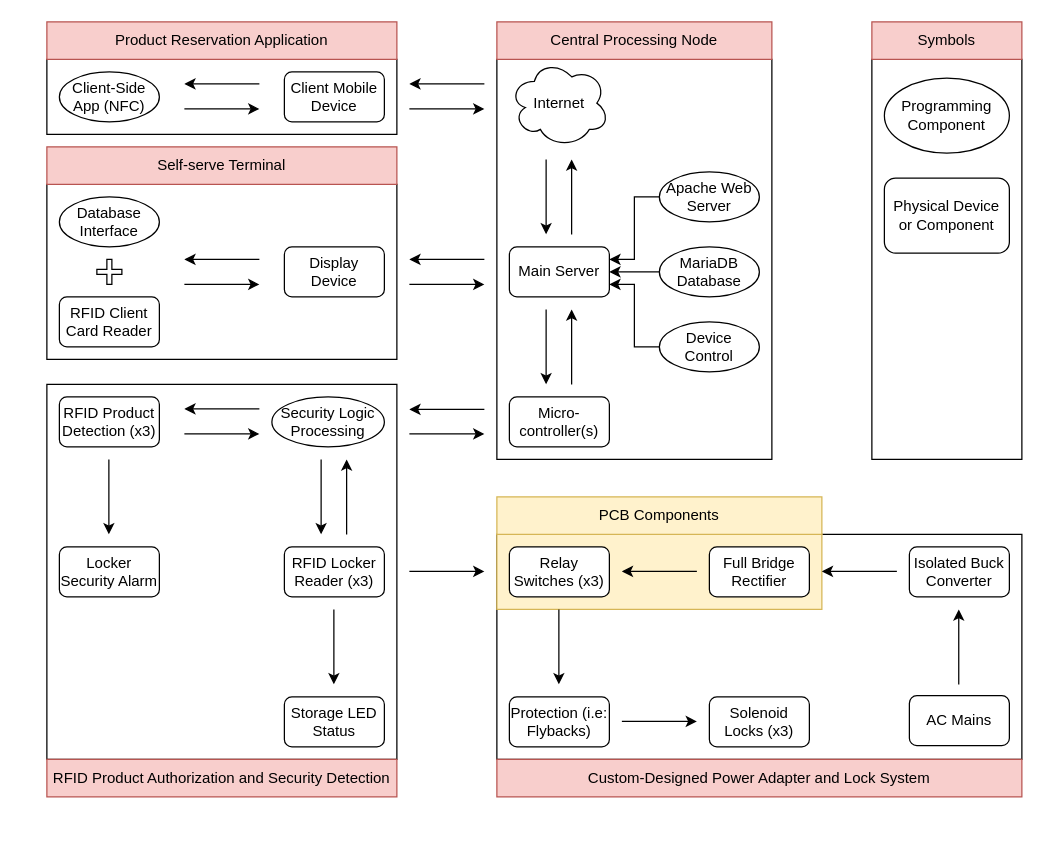
Above: Diagramme sans nom.drawio in vchuuba/realeGugoal (draw.io), before the change. Source tidied: cells renumbered, new cells numbered last; positions are measured from the earlier drawing's top-left corner, leaving out a move shared by most shapes. Both pictures are drawn from the tidied source at 125%, with x=0, y=0 at pixel (46, 21).
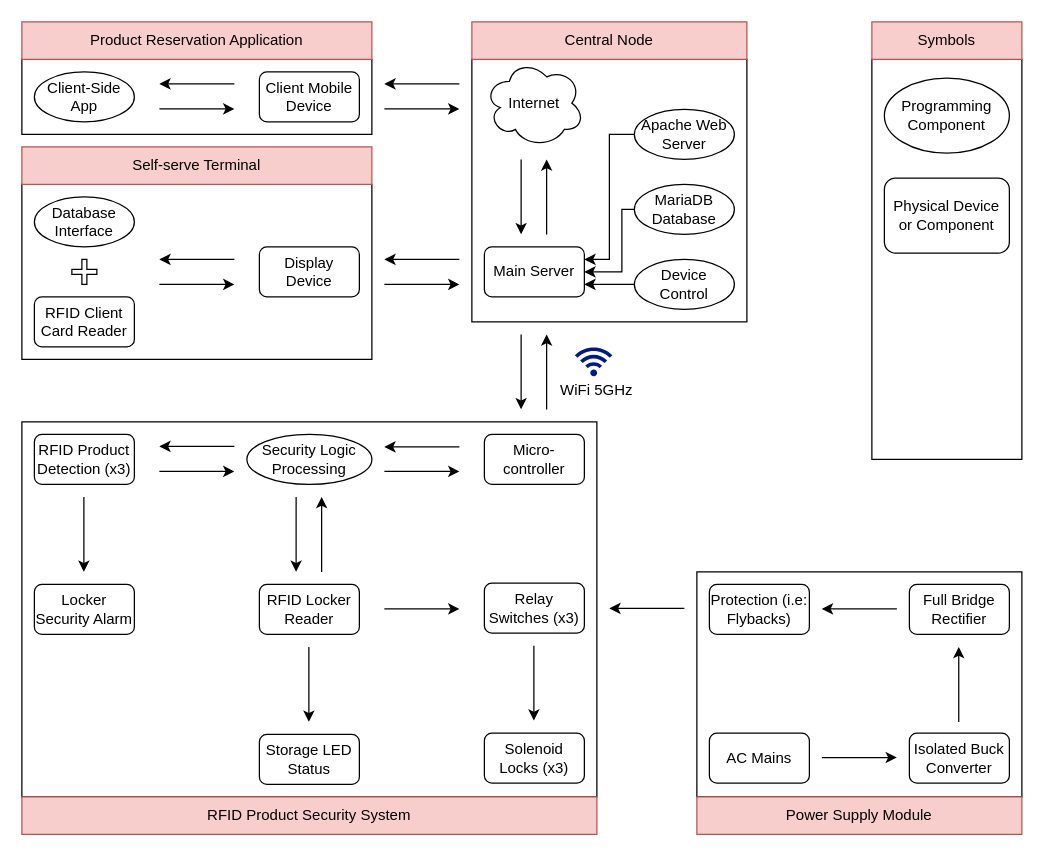
After the change.

Commit message (it also covers changes not shown here):
Mettre à jour Diagramme sans nom.drawio

What changed in the source:
```diff
@@
     <mxCell id="3" style="rounded=0;whiteSpace=wrap;html=1;" parent="1" vertex="1">
-      <mxGeometry x="360" y="410" width="420" height="180" as="geometry" />
+      <mxGeometry x="520" y="440" width="260" height="180" as="geometry" />
     </mxCell>
-    <mxCell id="4" style="rounded=0;whiteSpace=wrap;html=1;fillColor=#fff2cc;strokeColor=#d6b656;" parent="1" vertex="1">
-      <mxGeometry x="360" y="410" width="260" height="60" as="geometry" />
-    </mxCell>
     <mxCell id="5" style="rounded=0;whiteSpace=wrap;html=1;" parent="1" vertex="1">
-      <mxGeometry x="360" y="30" width="220" height="320" as="geometry" />
+      <mxGeometry x="340" y="30" width="220" height="210" as="geometry" />
     </mxCell>
     <mxCell id="6" style="rounded=0;whiteSpace=wrap;html=1;" parent="1" vertex="1">
-      <mxGeometry y="290" width="280" height="300" as="geometry" />
+      <mxGeometry x="-20" y="320" width="460" height="300" as="geometry" />
     </mxCell>
     <mxCell id="7" style="rounded=0;whiteSpace=wrap;html=1;" parent="1" vertex="1">
-      <mxGeometry y="130" width="280" height="140" as="geometry" />
+      <mxGeometry x="-20" y="130" width="280" height="140" as="geometry" />
     </mxCell>
     <mxCell id="8" style="rounded=0;whiteSpace=wrap;html=1;" parent="1" vertex="1">
-      <mxGeometry y="30" width="280" height="60" as="geometry" />
+      <mxGeometry x="-20" y="30" width="280" height="60" as="geometry" />
     </mxCell>
     <mxCell id="9" value="Client Mobile Device" style="rounded=1;whiteSpace=wrap;html=1;" parent="1" vertex="1">
-      <mxGeometry x="190" y="40" width="80" height="40" as="geometry" />
+      <mxGeometry x="170" y="40" width="80" height="40" as="geometry" />
     </mxCell>
     <mxCell id="10" value="Internet" style="ellipse;shape=cloud;whiteSpace=wrap;html=1;" parent="1" vertex="1">
-      <mxGeometry x="370" y="30" width="80" height="70" as="geometry" />
+      <mxGeometry x="350" y="30" width="80" height="70" as="geometry" />
     </mxCell>
     <mxCell id="11" value="Main Server" style="rounded=1;whiteSpace=wrap;html=1;" parent="1" vertex="1">
-      <mxGeometry x="370" y="180" width="80" height="40" as="geometry" />
+      <mxGeometry x="350" y="180" width="80" height="40" as="geometry" />
     </mxCell>
     <mxCell id="12" value="Display Device" style="rounded=1;whiteSpace=wrap;html=1;" parent="1" vertex="1">
-      <mxGeometry x="190" y="180" width="80" height="40" as="geometry" />
+      <mxGeometry x="170" y="180" width="80" height="40" as="geometry" />
     </mxCell>
-    <mxCell id="13" value="&lt;div&gt;Client-Side&lt;/div&gt;&lt;div&gt;App (NFC)&lt;/div&gt;" style="ellipse;whiteSpace=wrap;html=1;" parent="1" vertex="1">
-      <mxGeometry x="10" y="40" width="80" height="40" as="geometry" />
+    <mxCell id="13" value="&lt;div&gt;Client-Side&lt;/div&gt;&lt;div&gt;App&lt;/div&gt;" style="ellipse;whiteSpace=wrap;html=1;" parent="1" vertex="1">
+      <mxGeometry x="-10" y="40" width="80" height="40" as="geometry" />
     </mxCell>
     <mxCell id="14" value="Database Interface" style="ellipse;whiteSpace=wrap;html=1;" parent="1" vertex="1">
-      <mxGeometry x="10" y="140" width="80" height="40" as="geometry" />
+      <mxGeometry x="-10" y="140" width="80" height="40" as="geometry" />
     </mxCell>
-    <mxCell id="15" value="Micro-controller(s)" style="rounded=1;whiteSpace=wrap;html=1;" parent="1" vertex="1">
-      <mxGeometry x="370" y="300" width="80" height="40" as="geometry" />
+    <mxCell id="15" value="Micro-controller" style="rounded=1;whiteSpace=wrap;html=1;" parent="1" vertex="1">
+      <mxGeometry x="350" y="330" width="80" height="40" as="geometry" />
     </mxCell>
     <mxCell id="16" value="Security Logic Processing" style="ellipse;whiteSpace=wrap;html=1;" parent="1" vertex="1">
-      <mxGeometry x="180" y="300" width="90" height="40" as="geometry" />
+      <mxGeometry x="160" y="330" width="100" height="40" as="geometry" />
     </mxCell>
-    <mxCell id="17" value="RFID Locker Reader (x3)" style="rounded=1;whiteSpace=wrap;html=1;" parent="1" vertex="1">
-      <mxGeometry x="190" y="420" width="80" height="40" as="geometry" />
+    <mxCell id="17" value="RFID Locker Reader" style="rounded=1;whiteSpace=wrap;html=1;" parent="1" vertex="1">
+      <mxGeometry x="170" y="450" width="80" height="40" as="geometry" />
     </mxCell>
     <mxCell id="18" value="RFID Client Card Reader" style="rounded=1;whiteSpace=wrap;html=1;" parent="1" vertex="1">
-      <mxGeometry x="10" y="220" width="80" height="40" as="geometry" />
+      <mxGeometry x="-10" y="220" width="80" height="40" as="geometry" />
     </mxCell>
     <mxCell id="19" style="shape=cross;whiteSpace=wrap;html=1;" parent="1" vertex="1">
-      <mxGeometry x="40" y="190" width="20" height="20" as="geometry" />
+      <mxGeometry x="20" y="190" width="20" height="20" as="geometry" />
     </mxCell>
     <mxCell id="20" style="edgeStyle=orthogonalEdgeStyle;rounded=0;jettySize=auto;html=1;exitX=0;exitY=0.5;exitDx=0;exitDy=0;entryX=1;entryY=0.5;entryDx=0;entryDy=0;" parent="1" edge="1" source="21" target="11">
-      <mxGeometry relative="1" as="geometry" />
+      <mxGeometry relative="1" as="geometry">
+        <Array as="points">
+          <mxPoint x="460" y="150" />
+          <mxPoint x="460" y="200" />
+        </Array>
+      </mxGeometry>
     </mxCell>
     <mxCell id="21" value="MariaDB Database" style="ellipse;whiteSpace=wrap;html=1;" parent="1" vertex="1">
-      <mxGeometry x="490" y="180" width="80" height="40" as="geometry" />
+      <mxGeometry x="470" y="130" width="80" height="40" as="geometry" />
     </mxCell>
@@
     <mxCell id="23" value="Device Control" style="ellipse;whiteSpace=wrap;html=1;" parent="1" vertex="1">
-      <mxGeometry x="490" y="240" width="80" height="40" as="geometry" />
+      <mxGeometry x="470" y="190" width="80" height="40" as="geometry" />
     </mxCell>
@@
     <mxCell id="25" value="Apache Web Server" style="ellipse;whiteSpace=wrap;html=1;" parent="1" vertex="1">
-      <mxGeometry x="490" y="120" width="80" height="40" as="geometry" />
+      <mxGeometry x="470" y="70" width="80" height="40" as="geometry" />
     </mxCell>
     <mxCell id="26" value="RFID Product Detection (x3)" style="rounded=1;whiteSpace=wrap;html=1;" parent="1" vertex="1">
-      <mxGeometry x="10" y="300" width="80" height="40" as="geometry" />
+      <mxGeometry x="-10" y="330" width="80" height="40" as="geometry" />
     </mxCell>
     <mxCell id="27" value="Locker Security Alarm" style="rounded=1;whiteSpace=wrap;html=1;" parent="1" vertex="1">
-      <mxGeometry x="10" y="420" width="80" height="40" as="geometry" />
+      <mxGeometry x="-10" y="450" width="80" height="40" as="geometry" />
     </mxCell>
     <mxCell id="28" style="endArrow=classic;html=1;rounded=0;" parent="1" edge="1">
       <mxGeometry relative="1" as="geometry">
-        <mxPoint x="49.6" y="350" as="sourcePoint" />
-        <mxPoint x="49.6" y="410" as="targetPoint" />
+        <mxPoint x="29.6" y="380" as="sourcePoint" />
+        <mxPoint x="29.6" y="440" as="targetPoint" />
       </mxGeometry>
     </mxCell>
     <mxCell id="29" style="endArrow=classic;html=1;rounded=0;" parent="1" edge="1">
       <mxGeometry relative="1" as="geometry">
-        <mxPoint x="290" y="439.6" as="sourcePoint" />
-        <mxPoint x="350" y="439.6" as="targetPoint" />
+        <mxPoint x="270" y="469.6" as="sourcePoint" />
+        <mxPoint x="330" y="469.6" as="targetPoint" />
       </mxGeometry>
     </mxCell>
     <mxCell id="30" style="endArrow=classic;html=1;rounded=0;" parent="1" edge="1">
       <mxGeometry relative="1" as="geometry">
-        <mxPoint x="399.4" y="110" as="sourcePoint" />
-        <mxPoint x="399.4" y="170" as="targetPoint" />
+        <mxPoint x="379.4" y="110" as="sourcePoint" />
+        <mxPoint x="379.4" y="170" as="targetPoint" />
       </mxGeometry>
     </mxCell>
     <mxCell id="31" style="endArrow=classic;html=1;rounded=0;" parent="1" edge="1">
       <mxGeometry relative="1" as="geometry">
-        <mxPoint x="419.8" y="170" as="sourcePoint" />
-        <mxPoint x="419.8" y="110" as="targetPoint" />
+        <mxPoint x="399.8" y="170" as="sourcePoint" />
+        <mxPoint x="399.8" y="110" as="targetPoint" />
       </mxGeometry>
     </mxCell>
     <mxCell id="32" style="endArrow=classic;html=1;rounded=0;" parent="1" edge="1">
       <mxGeometry relative="1" as="geometry">
-        <mxPoint x="170" y="309.6" as="sourcePoint" />
-        <mxPoint x="110" y="309.6" as="targetPoint" />
+        <mxPoint x="150" y="339.6" as="sourcePoint" />
+        <mxPoint x="90" y="339.6" as="targetPoint" />
       </mxGeometry>
     </mxCell>
     <mxCell id="33" style="endArrow=classic;html=1;rounded=0;" parent="1" edge="1">
       <mxGeometry relative="1" as="geometry">
-        <mxPoint x="110" y="329.6" as="sourcePoint" />
-        <mxPoint x="170" y="329.6" as="targetPoint" />
+        <mxPoint x="90" y="359.6" as="sourcePoint" />
+        <mxPoint x="150" y="359.6" as="targetPoint" />
       </mxGeometry>
     </mxCell>
     <mxCell id="34" style="endArrow=classic;html=1;rounded=0;" parent="1" edge="1">
       <mxGeometry relative="1" as="geometry">
-        <mxPoint x="219.4" y="350" as="sourcePoint" />
-        <mxPoint x="219.4" y="410" as="targetPoint" />
+        <mxPoint x="199.4" y="380" as="sourcePoint" />
+        <mxPoint x="199.4" y="440" as="targetPoint" />
       </mxGeometry>
     </mxCell>
     <mxCell id="35" style="endArrow=classic;html=1;rounded=0;" parent="1" edge="1">
       <mxGeometry relative="1" as="geometry">
-        <mxPoint x="239.8" y="410" as="sourcePoint" />
-        <mxPoint x="239.8" y="350" as="targetPoint" />
+        <mxPoint x="219.8" y="440" as="sourcePoint" />
+        <mxPoint x="219.8" y="380" as="targetPoint" />
       </mxGeometry>
     </mxCell>
     <mxCell id="36" style="endArrow=classic;html=1;rounded=0;" parent="1" edge="1">
       <mxGeometry relative="1" as="geometry">
-        <mxPoint x="399.4" y="230" as="sourcePoint" />
-        <mxPoint x="399.4" y="290" as="targetPoint" />
+        <mxPoint x="379.4" y="250" as="sourcePoint" />
+        <mxPoint x="379.4" y="310" as="targetPoint" />
       </mxGeometry>
     </mxCell>
     <mxCell id="37" style="endArrow=classic;html=1;rounded=0;" parent="1" edge="1">
       <mxGeometry relative="1" as="geometry">
-        <mxPoint x="419.8" y="290" as="sourcePoint" />
-        <mxPoint x="419.8" y="230" as="targetPoint" />
+        <mxPoint x="399.8" y="310" as="sourcePoint" />
+        <mxPoint x="399.8" y="250" as="targetPoint" />
       </mxGeometry>
     </mxCell>
     <mxCell id="38" style="endArrow=classic;html=1;rounded=0;" parent="1" edge="1">
       <mxGeometry relative="1" as="geometry">
-        <mxPoint x="350" y="190" as="sourcePoint" />
-        <mxPoint x="290" y="190" as="targetPoint" />
+        <mxPoint x="330" y="190" as="sourcePoint" />
+        <mxPoint x="270" y="190" as="targetPoint" />
       </mxGeometry>
     </mxCell>
     <mxCell id="39" style="endArrow=classic;html=1;rounded=0;" parent="1" edge="1">
       <mxGeometry relative="1" as="geometry">
-        <mxPoint x="290" y="210" as="sourcePoint" />
-        <mxPoint x="350" y="210" as="targetPoint" />
+        <mxPoint x="270" y="210" as="sourcePoint" />
+        <mxPoint x="330" y="210" as="targetPoint" />
       </mxGeometry>
     </mxCell>
     <mxCell id="40" style="endArrow=classic;html=1;rounded=0;" parent="1" edge="1">
       <mxGeometry relative="1" as="geometry">
-        <mxPoint x="170" y="190" as="sourcePoint" />
-        <mxPoint x="110" y="190" as="targetPoint" />
+        <mxPoint x="150" y="190" as="sourcePoint" />
+        <mxPoint x="90" y="190" as="targetPoint" />
       </mxGeometry>
     </mxCell>
     <mxCell id="41" style="endArrow=classic;html=1;rounded=0;" parent="1" edge="1">
       <mxGeometry relative="1" as="geometry">
-        <mxPoint x="110" y="210" as="sourcePoint" />
-        <mxPoint x="170" y="210" as="targetPoint" />
+        <mxPoint x="90" y="210" as="sourcePoint" />
+        <mxPoint x="150" y="210" as="targetPoint" />
       </mxGeometry>
     </mxCell>
     <mxCell id="42" style="endArrow=classic;html=1;rounded=0;" parent="1" edge="1">
       <mxGeometry relative="1" as="geometry">
-        <mxPoint x="290" y="329.6" as="sourcePoint" />
-        <mxPoint x="350" y="329.6" as="targetPoint" />
+        <mxPoint x="270" y="359.6" as="sourcePoint" />
+        <mxPoint x="330" y="359.6" as="targetPoint" />
       </mxGeometry>
     </mxCell>
     <mxCell id="43" style="endArrow=classic;html=1;rounded=0;" parent="1" edge="1">
       <mxGeometry relative="1" as="geometry">
-        <mxPoint x="170" y="49.6" as="sourcePoint" />
-        <mxPoint x="110" y="49.6" as="targetPoint" />
+        <mxPoint x="150" y="49.6" as="sourcePoint" />
+        <mxPoint x="90" y="49.6" as="targetPoint" />
       </mxGeometry>
     </mxCell>
     <mxCell id="44" style="endArrow=classic;html=1;rounded=0;" parent="1" edge="1">
       <mxGeometry relative="1" as="geometry">
-        <mxPoint x="110" y="69.6" as="sourcePoint" />
-        <mxPoint x="170" y="69.6" as="targetPoint" />
+        <mxPoint x="90" y="69.6" as="sourcePoint" />
+        <mxPoint x="150" y="69.6" as="targetPoint" />
       </mxGeometry>
     </mxCell>
     <mxCell id="45" style="endArrow=classic;html=1;rounded=0;" parent="1" edge="1">
       <mxGeometry relative="1" as="geometry">
-        <mxPoint x="350" y="49.6" as="sourcePoint" />
-        <mxPoint x="290" y="49.6" as="targetPoint" />
+        <mxPoint x="330" y="49.6" as="sourcePoint" />
+        <mxPoint x="270" y="49.6" as="targetPoint" />
       </mxGeometry>
     </mxCell>
     <mxCell id="46" style="endArrow=classic;html=1;rounded=0;" parent="1" edge="1">
       <mxGeometry relative="1" as="geometry">
-        <mxPoint x="290" y="69.6" as="sourcePoint" />
-        <mxPoint x="350" y="69.6" as="targetPoint" />
+        <mxPoint x="270" y="69.6" as="sourcePoint" />
+        <mxPoint x="330" y="69.6" as="targetPoint" />
       </mxGeometry>
     </mxCell>
     <mxCell id="47" value="Relay Switches (x3)" style="rounded=1;whiteSpace=wrap;html=1;" parent="1" vertex="1">
-      <mxGeometry x="370" y="420" width="80" height="40" as="geometry" />
+      <mxGeometry x="350" y="449" width="80" height="40" as="geometry" />
     </mxCell>
     <mxCell id="48" value="&lt;div&gt;Solenoid Locks (x3)&lt;/div&gt;" style="rounded=1;whiteSpace=wrap;html=1;" parent="1" vertex="1">
-      <mxGeometry x="530" y="540" width="80" height="40" as="geometry" />
+      <mxGeometry x="350" y="569" width="80" height="40" as="geometry" />
     </mxCell>
     <mxCell id="49" value="Storage LED Status" style="rounded=1;whiteSpace=wrap;html=1;" parent="1" vertex="1">
-      <mxGeometry x="190" y="540" width="80" height="40" as="geometry" />
+      <mxGeometry x="170" y="570" width="80" height="40" as="geometry" />
     </mxCell>
     <mxCell id="50" style="endArrow=classic;html=1;rounded=0;" parent="1" edge="1">
       <mxGeometry relative="1" as="geometry">
-        <mxPoint x="229.6" y="470" as="sourcePoint" />
-        <mxPoint x="229.6" y="530" as="targetPoint" />
+        <mxPoint x="209.6" y="500" as="sourcePoint" />
+        <mxPoint x="209.6" y="560" as="targetPoint" />
       </mxGeometry>
     </mxCell>
     <mxCell id="51" style="endArrow=classic;html=1;rounded=0;" parent="1" edge="1">
       <mxGeometry relative="1" as="geometry">
-        <mxPoint x="350" y="310" as="sourcePoint" />
-        <mxPoint x="290" y="310" as="targetPoint" />
+        <mxPoint x="330" y="340" as="sourcePoint" />
+        <mxPoint x="270" y="340" as="targetPoint" />
       </mxGeometry>
     </mxCell>
     <mxCell id="52" style="endArrow=classic;html=1;rounded=0;" parent="1" edge="1">
       <mxGeometry relative="1" as="geometry">
-        <mxPoint x="520" y="439.6" as="sourcePoint" />
-        <mxPoint x="460" y="439.6" as="targetPoint" />
+        <mxPoint x="510" y="469.2" as="sourcePoint" />
+        <mxPoint x="450" y="469.2" as="targetPoint" />
       </mxGeometry>
     </mxCell>
     <mxCell id="53" value="Full Bridge Rectifier" style="rounded=1;whiteSpace=wrap;html=1;" parent="1" vertex="1">
-      <mxGeometry x="530" y="420" width="80" height="40" as="geometry" />
+      <mxGeometry x="690" y="450" width="80" height="40" as="geometry" />
     </mxCell>
     <mxCell id="54" style="endArrow=classic;html=1;rounded=0;" parent="1" edge="1">
       <mxGeometry relative="1" as="geometry">
-        <mxPoint x="680" y="439.6" as="sourcePoint" />
-        <mxPoint x="620" y="439.6" as="targetPoint" />
+        <mxPoint x="680" y="469.6" as="sourcePoint" />
+        <mxPoint x="620" y="469.6" as="targetPoint" />
       </mxGeometry>
     </mxCell>
     <mxCell id="55" value="Isolated Buck Converter" style="rounded=1;whiteSpace=wrap;html=1;" parent="1" vertex="1">
-      <mxGeometry x="690" y="420" width="80" height="40" as="geometry" />
+      <mxGeometry x="690" y="569" width="80" height="40" as="geometry" />
     </mxCell>
     <mxCell id="56" value="AC Mains" style="rounded=1;whiteSpace=wrap;html=1;" parent="1" vertex="1">
-      <mxGeometry x="690" y="539" width="80" height="40" as="geometry" />
+      <mxGeometry x="530" y="569" width="80" height="40" as="geometry" />
     </mxCell>
     <mxCell id="57" value="Protection (i.e: Flybacks)" style="rounded=1;whiteSpace=wrap;html=1;" parent="1" vertex="1">
-      <mxGeometry x="370" y="540" width="80" height="40" as="geometry" />
+      <mxGeometry x="530" y="450" width="80" height="40" as="geometry" />
     </mxCell>
     <mxCell id="58" style="endArrow=classic;html=1;rounded=0;" parent="1" edge="1">
       <mxGeometry relative="1" as="geometry">
-        <mxPoint x="460" y="559.6" as="sourcePoint" />
-        <mxPoint x="520" y="559.6" as="targetPoint" />
+        <mxPoint x="620" y="588.5" as="sourcePoint" />
+        <mxPoint x="680" y="588.5" as="targetPoint" />
       </mxGeometry>
     </mxCell>
     <mxCell id="59" style="endArrow=classic;html=1;rounded=0;" parent="1" edge="1">
       <mxGeometry relative="1" as="geometry">
-        <mxPoint x="729.5" y="530" as="sourcePoint" />
-        <mxPoint x="729.5" y="470" as="targetPoint" />
+        <mxPoint x="729.5" y="560" as="sourcePoint" />
+        <mxPoint x="729.5" y="500" as="targetPoint" />
       </mxGeometry>
     </mxCell>
     <mxCell id="60" value="Product Reservation Application" style="text;html=1;whiteSpace=wrap;strokeColor=#b85450;fillColor=#f8cecc;align=center;verticalAlign=middle;rounded=0;" parent="1" vertex="1">
-      <mxGeometry width="280" height="30" as="geometry" />
+      <mxGeometry x="-20" width="280" height="30" as="geometry" />
     </mxCell>
     <mxCell id="61" value="Self-serve Terminal" style="text;html=1;whiteSpace=wrap;strokeColor=#b85450;fillColor=#f8cecc;align=center;verticalAlign=middle;rounded=0;" parent="1" vertex="1">
-      <mxGeometry y="100" width="280" height="30" as="geometry" />
+      <mxGeometry x="-20" y="100" width="280" height="30" as="geometry" />
     </mxCell>
-    <mxCell id="62" value="RFID Product Authorization and Security Detection" style="text;html=1;whiteSpace=wrap;strokeColor=#b85450;fillColor=#f8cecc;align=center;verticalAlign=middle;rounded=0;" parent="1" vertex="1">
-      <mxGeometry y="590" width="280" height="30" as="geometry" />
+    <mxCell id="62" value="RFID Product Security System" style="text;html=1;whiteSpace=wrap;strokeColor=#b85450;fillColor=#f8cecc;align=center;verticalAlign=middle;rounded=0;" parent="1" vertex="1">
+      <mxGeometry x="-20" y="620" width="460" height="30" as="geometry" />
     </mxCell>
-    <mxCell id="63" value="Custom-Designed Power Adapter and Lock System" style="text;html=1;whiteSpace=wrap;strokeColor=#b85450;fillColor=#f8cecc;align=center;verticalAlign=middle;rounded=0;" parent="1" vertex="1">
-      <mxGeometry x="360" y="590" width="420" height="30" as="geometry" />
+    <mxCell id="63" value="Power Supply Module" style="text;html=1;whiteSpace=wrap;strokeColor=#b85450;fillColor=#f8cecc;align=center;verticalAlign=middle;rounded=0;" parent="1" vertex="1">
+      <mxGeometry x="520" y="620" width="260" height="30" as="geometry" />
     </mxCell>
-    <mxCell id="64" value="Central Processing Node" style="text;html=1;whiteSpace=wrap;strokeColor=#b85450;fillColor=#f8cecc;align=center;verticalAlign=middle;rounded=0;" parent="1" vertex="1">
-      <mxGeometry x="360" width="220" height="30" as="geometry" />
+    <mxCell id="64" value="Central Node" style="text;html=1;whiteSpace=wrap;strokeColor=#b85450;fillColor=#f8cecc;align=center;verticalAlign=middle;rounded=0;" parent="1" vertex="1">
+      <mxGeometry x="340" width="220" height="30" as="geometry" />
     </mxCell>
     <mxCell id="65" style="endArrow=classic;html=1;rounded=0;" parent="1" edge="1">
       <mxGeometry relative="1" as="geometry">
-        <mxPoint x="409.6" y="470" as="sourcePoint" />
-        <mxPoint x="409.6" y="530" as="targetPoint" />
+        <mxPoint x="389.6" y="499" as="sourcePoint" />
+        <mxPoint x="389.6" y="559" as="targetPoint" />
       </mxGeometry>
     </mxCell>
-    <mxCell id="66" value="PCB Components" style="text;html=1;whiteSpace=wrap;strokeColor=#d6b656;fillColor=#fff2cc;align=center;verticalAlign=middle;rounded=0;" parent="1" vertex="1">
-      <mxGeometry x="360" y="380" width="260" height="30" as="geometry" />
-    </mxCell>
@@
+    <mxCell id="70" style="edgeStyle=orthogonalEdgeStyle;rounded=0;orthogonalLoop=1;jettySize=auto;html=1;exitX=0.5;exitY=1;exitDx=0;exitDy=0;" parent="1" edge="1">
+      <mxGeometry relative="1" as="geometry">
+        <mxPoint x="450" y="250" as="sourcePoint" />
+        <mxPoint x="450" y="250" as="targetPoint" />
+      </mxGeometry>
+    </mxCell>
+    <mxCell id="71" value="WiFi 5GHz" style="text;html=1;whiteSpace=wrap;strokeColor=none;fillColor=none;align=center;verticalAlign=middle;rounded=0;" parent="1" vertex="1">
+      <mxGeometry x="410" y="280" width="60" height="30" as="geometry" />
+    </mxCell>
+    <mxCell id="72" style="sketch=0;shadow=0;dashed=0;html=1;strokeColor=none;labelPosition=center;verticalLabelPosition=bottom;verticalAlign=top;align=center;fillColor=#00188D;shape=mxgraph.mscae.enterprise.wireless_connection;rotation=-90;" parent="1" vertex="1">
+      <mxGeometry x="424.8" y="256" width="25.2" height="30" as="geometry" />
+    </mxCell>
```
